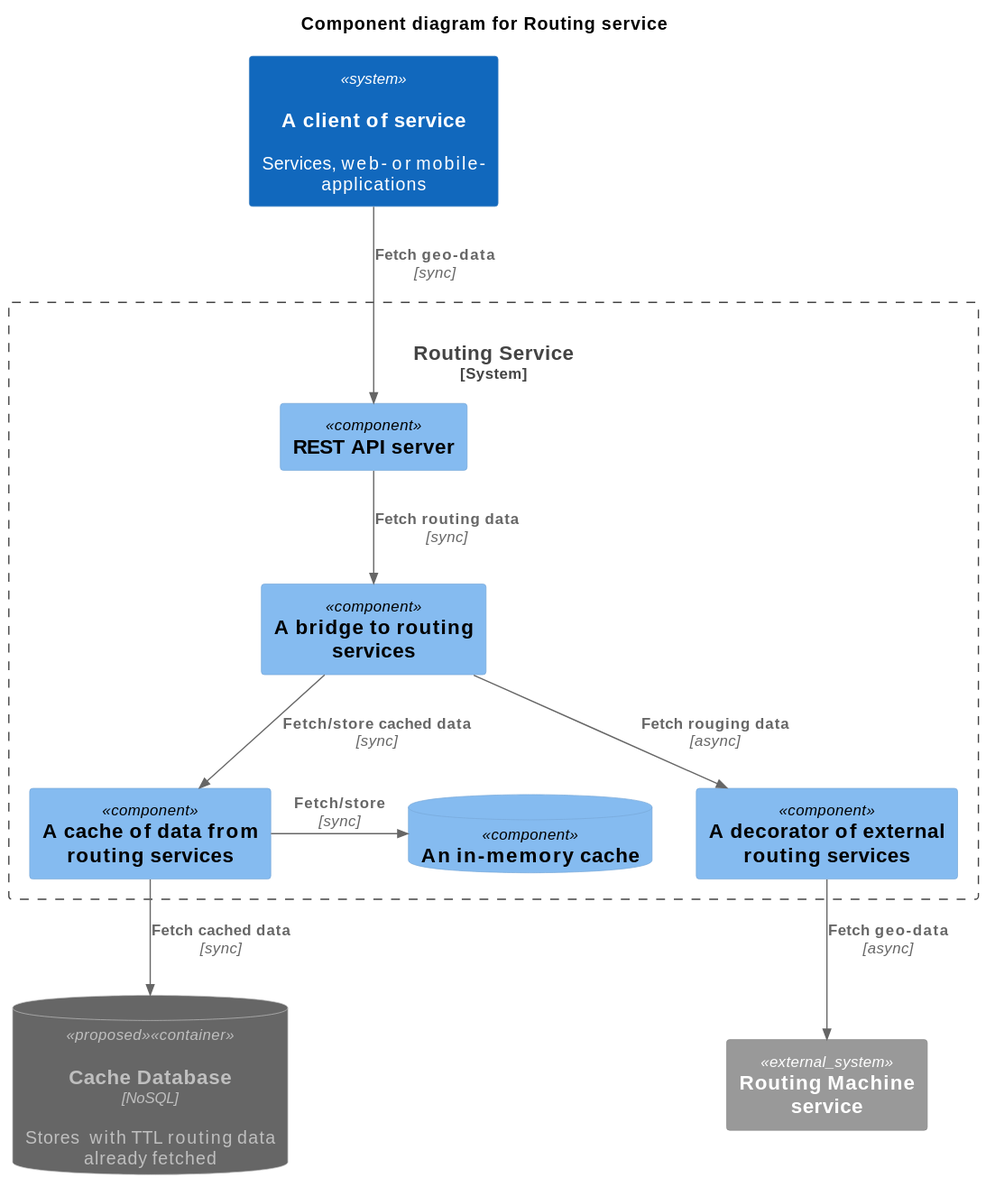
Before: docs/architecture.wsd.svg, a diagram exported from PlantUML (7phs/router). Its diagram source:
```plantuml
@startuml
!if %variable_exists("RELATIVE_INCLUDE")
    !include %get_variable_value("RELATIVE_INCLUDE")/C4_Context.puml
    !include %get_variable_value("RELATIVE_INCLUDE")/C4_Container.puml
    !include %get_variable_value("RELATIVE_INCLUDE")/C4_Component.puml
!else
    !include https://raw.githubusercontent.com/plantuml-stdlib/C4-PlantUML/master/C4_Context.puml
    !include https://raw.githubusercontent.com/plantuml-stdlib/C4-PlantUML/master/C4_Container.puml
    !include https://raw.githubusercontent.com/plantuml-stdlib/C4-PlantUML/master/C4_Component.puml
!endif

SHOW_PERSON_OUTLINE()

AddElementTag("proposed", $bgColor="#666666", $fontColor="#bfbfbf", $borderColor="#bfbfbf")
AddRelTag("async", $textColor=$ARROW_FONT_COLOR, $lineColor=$ARROW_COLOR, $lineStyle=DashedLine())
AddRelTag("sync/async", $textColor=$ARROW_FONT_COLOR, $lineColor=$ARROW_COLOR, $lineStyle=DottedLine())

title Component diagram for Routing service

System(client, "A client of service", "Services, web- or mobile- applications", $sprite="clients")

System_Boundary(api, "Routing Service") {
    Component(rest_api, "REST API server")
    Component(bridge, "A bridge to routing services")
    ComponentDb(mem_cache, "An in-memory cache")
    Component(cache, "A cache of data from routing services")
    Component(decorator, "A decorator of external routing services")

    Rel_Neighbor(cache, mem_cache, "Fetch/store", "sync")
    Rel(rest_api, bridge, "Fetch routing data", "sync")
    Rel(bridge, cache, "Fetch/store cached data", "sync")
    Rel(bridge, decorator, "Fetch rouging data", "async")
}

ContainerDb(cach_db, "Cache Database", "NoSQL", "Stores  with TTL routing data already fetched", "proposed", $sprite="postgresql,color=gray")

System_Ext(osrm, "Routing Machine service")

Rel(client, rest_api, "Fetch geo-data", "sync")
Rel(cache, cach_db, "Fetch cached data", "sync")
Rel(decorator, osrm, "Fetch geo-data", "async")
@enduml
```
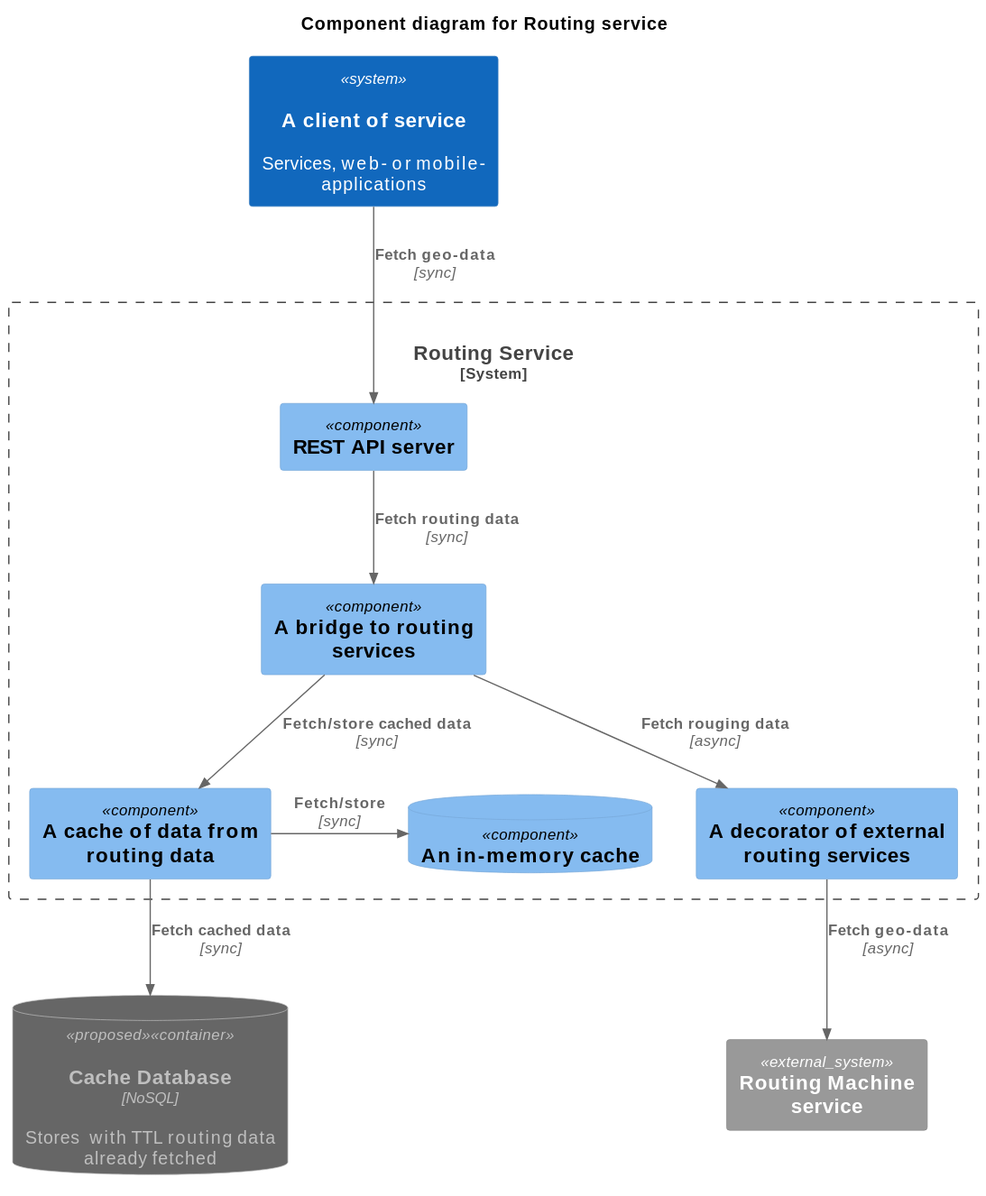
The same diagram one commit later.

Commit message:
Update of README with description of services

What changed in the source:
```diff
@@ -23,7 +23,7 @@
     Component(rest_api, "REST API server")
     Component(bridge, "A bridge to routing services")
     ComponentDb(mem_cache, "An in-memory cache")
-    Component(cache, "A cache of data from routing services")
+    Component(cache, "A cache of data from routing data")
     Component(decorator, "A decorator of external routing services")
 
     Rel_Neighbor(cache, mem_cache, "Fetch/store", "sync")
```
